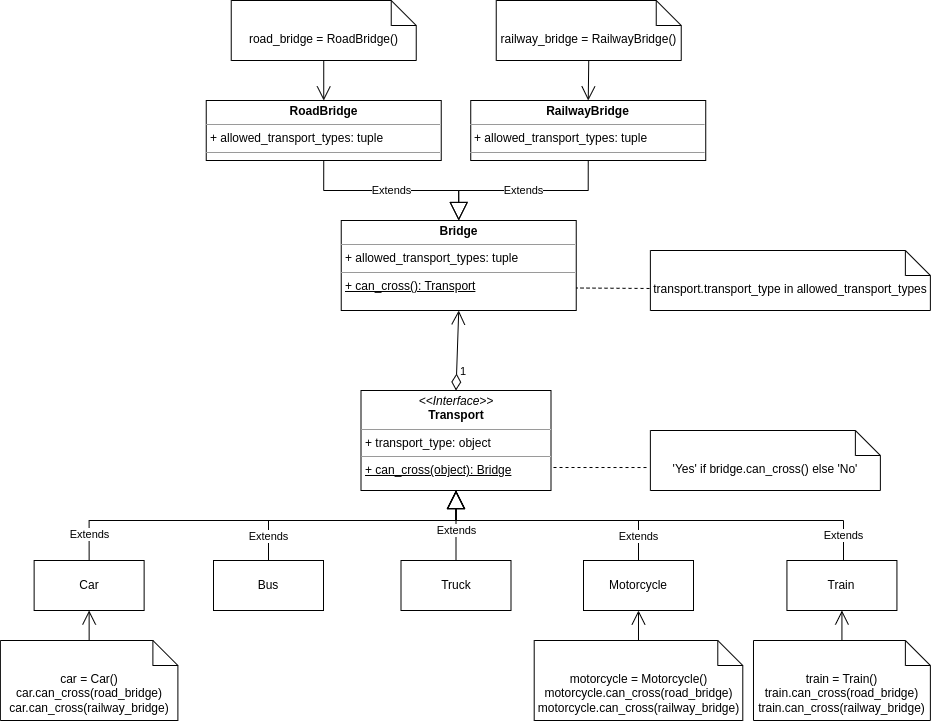
This is StructuralPatterns/UMLdiagramsClass/bridge.drawio.png from VitaliyKuzhil/PythonPatternsProject, a draw.io export, as it was before one commit. Source tidied: cells renumbered, new cells last; positions are measured from the earlier drawing's top-left corner, leaving out a move shared by most shapes.
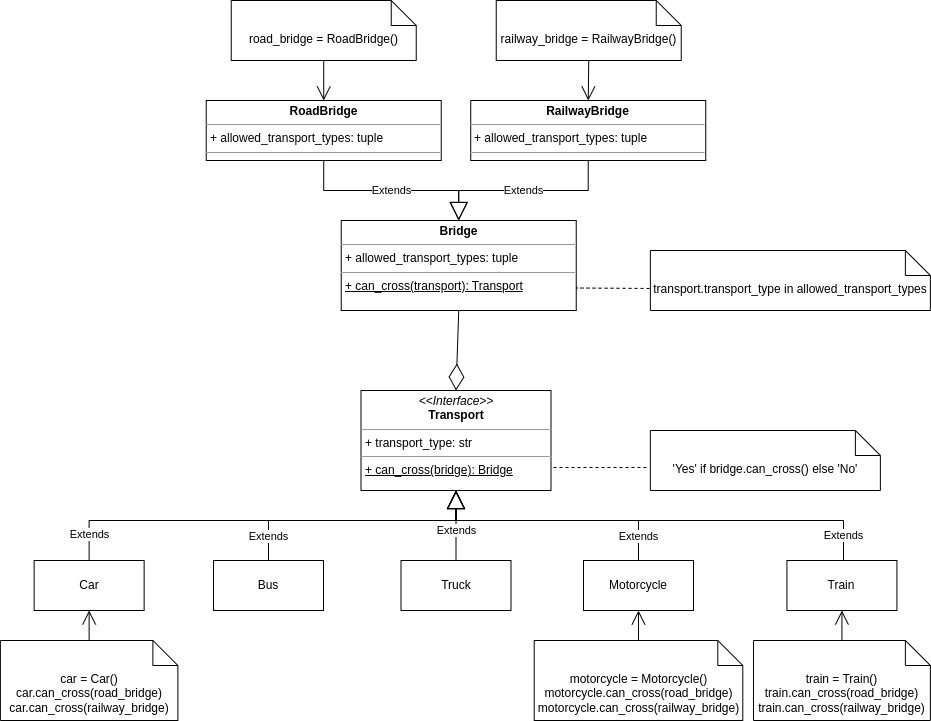
The same file after the commit.

Commit message:
Minor fix diagrams Bridge and Composite

What changed in the source:
```diff
@@ -2,7 +2,7 @@
   <root>
     <mxCell id="0" />
     <mxCell id="1" parent="0" />
-    <mxCell id="2" value="&lt;p style=&quot;margin:0px;margin-top:4px;text-align:center;&quot;&gt;&lt;i&gt;&amp;lt;&amp;lt;Interface&amp;gt;&amp;gt;&lt;/i&gt;&lt;br&gt;&lt;b&gt;Transport&lt;/b&gt;&lt;/p&gt;&lt;hr size=&quot;1&quot;&gt;&lt;p style=&quot;margin:0px;margin-left:4px;&quot;&gt;+ transport_type: object&lt;br&gt;&lt;/p&gt;&lt;hr size=&quot;1&quot;&gt;&lt;p style=&quot;margin:0px;margin-left:4px;&quot;&gt;&lt;u&gt;+ can_cross(object): Bridge&lt;/u&gt;&lt;br&gt;&lt;/p&gt;" style="verticalAlign=top;align=left;overflow=fill;fontSize=12;fontFamily=Helvetica;html=1;whiteSpace=wrap;" parent="1" vertex="1">
+    <mxCell id="2" value="&lt;p style=&quot;margin:0px;margin-top:4px;text-align:center;&quot;&gt;&lt;i&gt;&amp;lt;&amp;lt;Interface&amp;gt;&amp;gt;&lt;/i&gt;&lt;br&gt;&lt;b&gt;Transport&lt;/b&gt;&lt;/p&gt;&lt;hr size=&quot;1&quot;&gt;&lt;p style=&quot;margin:0px;margin-left:4px;&quot;&gt;+ transport_type: str&lt;br&gt;&lt;/p&gt;&lt;hr size=&quot;1&quot;&gt;&lt;p style=&quot;margin:0px;margin-left:4px;&quot;&gt;&lt;u&gt;+ can_cross(bridge): Bridge&lt;/u&gt;&lt;br&gt;&lt;/p&gt;" style="verticalAlign=top;align=left;overflow=fill;fontSize=12;fontFamily=Helvetica;html=1;whiteSpace=wrap;" parent="1" vertex="1">
       <mxGeometry x="360.5" y="390" width="190" height="100" as="geometry" />
     </mxCell>
     <mxCell id="3" value="Car" style="html=1;whiteSpace=wrap;" parent="1" vertex="1">
@@ -61,7 +61,7 @@
         </Array>
       </mxGeometry>
     </mxCell>
-    <mxCell id="13" value="&lt;p style=&quot;margin:0px;margin-top:4px;text-align:center;&quot;&gt;&lt;b&gt;Bridge&lt;/b&gt;&lt;/p&gt;&lt;hr size=&quot;1&quot;&gt;&lt;p style=&quot;margin:0px;margin-left:4px;&quot;&gt;+ allowed_transport_types: tuple&lt;/p&gt;&lt;hr size=&quot;1&quot;&gt;&lt;p style=&quot;margin:0px;margin-left:4px;&quot;&gt;&lt;u&gt;+ can_cross(): Transport&lt;/u&gt;&lt;/p&gt;" style="verticalAlign=top;align=left;overflow=fill;fontSize=12;fontFamily=Helvetica;html=1;whiteSpace=wrap;" parent="1" vertex="1">
+    <mxCell id="13" value="&lt;p style=&quot;margin:0px;margin-top:4px;text-align:center;&quot;&gt;&lt;b&gt;Bridge&lt;/b&gt;&lt;/p&gt;&lt;hr size=&quot;1&quot;&gt;&lt;p style=&quot;margin:0px;margin-left:4px;&quot;&gt;+ allowed_transport_types: tuple&lt;/p&gt;&lt;hr size=&quot;1&quot;&gt;&lt;p style=&quot;margin:0px;margin-left:4px;&quot;&gt;&lt;u&gt;+ can_cross(transport): Transport&lt;/u&gt;&lt;/p&gt;" style="verticalAlign=top;align=left;overflow=fill;fontSize=12;fontFamily=Helvetica;html=1;whiteSpace=wrap;" parent="1" vertex="1">
       <mxGeometry x="340.7" y="220" width="235" height="90" as="geometry" />
     </mxCell>
     <mxCell id="14" value="&lt;p style=&quot;margin:0px;margin-top:4px;text-align:center;&quot;&gt;&lt;b&gt;RoadBridge&lt;/b&gt;&lt;/p&gt;&lt;hr size=&quot;1&quot;&gt;&lt;p style=&quot;margin:0px;margin-left:4px;&quot;&gt;+ allowed_transport_types: tuple&lt;/p&gt;&lt;hr size=&quot;1&quot;&gt;&lt;p style=&quot;margin:0px;margin-left:4px;&quot;&gt;&lt;br&gt;&lt;/p&gt;" style="verticalAlign=top;align=left;overflow=fill;fontSize=12;fontFamily=Helvetica;html=1;whiteSpace=wrap;" parent="1" vertex="1">
@@ -120,8 +120,8 @@
     <mxCell id="31" style="endArrow=none;dashed=1;html=1;rounded=0;entryX=1;entryY=0.75;entryDx=0;entryDy=0;exitX=-0.003;exitY=0.633;exitDx=0;exitDy=0;exitPerimeter=0;" parent="1" edge="1" source="30" target="13">
       <mxGeometry relative="1" as="geometry" />
     </mxCell>
-    <mxCell id="32" value="1" style="endArrow=open;html=1;endSize=12;startArrow=diamondThin;startSize=14;startFill=0;align=left;verticalAlign=bottom;rounded=0;exitX=0.5;exitY=0;exitDx=0;exitDy=0;entryX=0.5;entryY=1;entryDx=0;entryDy=0;" parent="1" edge="1" source="2" target="13">
-      <mxGeometry x="-0.75" y="-2" relative="1" as="geometry" />
-    </mxCell>
+    <mxCell id="33" style="endArrow=diamondThin;endFill=0;endSize=24;html=1;rounded=0;entryX=0.5;entryY=0;entryDx=0;entryDy=0;exitX=0.5;exitY=1;exitDx=0;exitDy=0;" parent="1" edge="1" source="13" target="2">
+      <mxGeometry relative="1" as="geometry" />
+    </mxCell>
   </root>
 </mxGraphModel>
```
